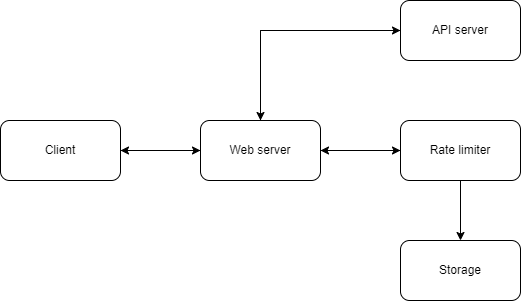
Earlier version of the draw.io export img/system-design/rate-limiter1.png (riehseun/riehseun.github.io). Source tidied: cells renumbered, new cells last; positions are measured from the earlier drawing's top-left corner, leaving out a move shared by most shapes.
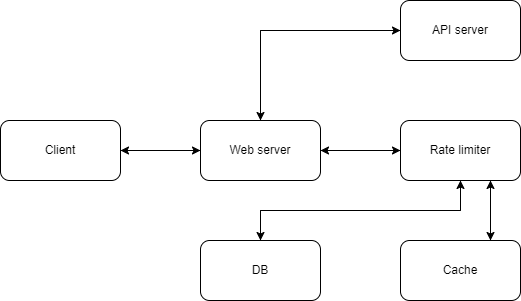
Later version of the same file.

Diff of the diagram source:
```diff
@@ -26,6 +26,9 @@
     <mxCell id="9" style="edgeStyle=orthogonalEdgeStyle;rounded=0;jettySize=auto;html=1;exitX=0.5;exitY=1;exitDx=0;exitDy=0;entryX=0.5;entryY=0;entryDx=0;entryDy=0;" parent="1" edge="1" source="10" target="13">
       <mxGeometry relative="1" as="geometry" />
     </mxCell>
+    <mxCell id="14" style="edgeStyle=orthogonalEdgeStyle;rounded=0;jettySize=auto;html=1;exitX=0.75;exitY=1;exitDx=0;exitDy=0;entryX=0.75;entryY=0;entryDx=0;entryDy=0;" parent="1" edge="1" source="10" target="17">
+      <mxGeometry relative="1" as="geometry" />
+    </mxCell>
     <mxCell id="10" value="Rate limiter" style="rounded=1;whiteSpace=wrap;html=1;" parent="1" vertex="1">
       <mxGeometry x="400" y="120" width="120" height="60" as="geometry" />
     </mxCell>
@@ -35,8 +38,17 @@
     <mxCell id="12" value="API server" style="rounded=1;whiteSpace=wrap;html=1;" parent="1" vertex="1">
       <mxGeometry x="400" width="120" height="60" as="geometry" />
     </mxCell>
+    <mxCell id="15" style="edgeStyle=orthogonalEdgeStyle;rounded=0;jettySize=auto;html=1;exitX=0.5;exitY=0;exitDx=0;exitDy=0;entryX=0.5;entryY=1;entryDx=0;entryDy=0;" parent="1" edge="1" source="13" target="10">
+      <mxGeometry relative="1" as="geometry" />
+    </mxCell>
-    <mxCell id="13" value="Storage" style="rounded=1;whiteSpace=wrap;html=1;" parent="1" vertex="1">
-      <mxGeometry x="400" y="240" width="120" height="60" as="geometry" />
+    <mxCell id="13" value="DB" style="rounded=1;whiteSpace=wrap;html=1;" parent="1" vertex="1">
+      <mxGeometry x="200" y="240" width="120" height="60" as="geometry" />
     </mxCell>
+    <mxCell id="16" style="edgeStyle=orthogonalEdgeStyle;rounded=0;jettySize=auto;html=1;exitX=0.75;exitY=0;exitDx=0;exitDy=0;entryX=0.75;entryY=1;entryDx=0;entryDy=0;" parent="1" edge="1" source="17" target="10">
+      <mxGeometry relative="1" as="geometry" />
+    </mxCell>
+    <mxCell id="17" value="Cache" style="rounded=1;whiteSpace=wrap;html=1;" parent="1" vertex="1">
+      <mxGeometry x="400" y="240" width="120" height="60" as="geometry" />
+    </mxCell>
   </root>
 </mxGraphModel>
```
